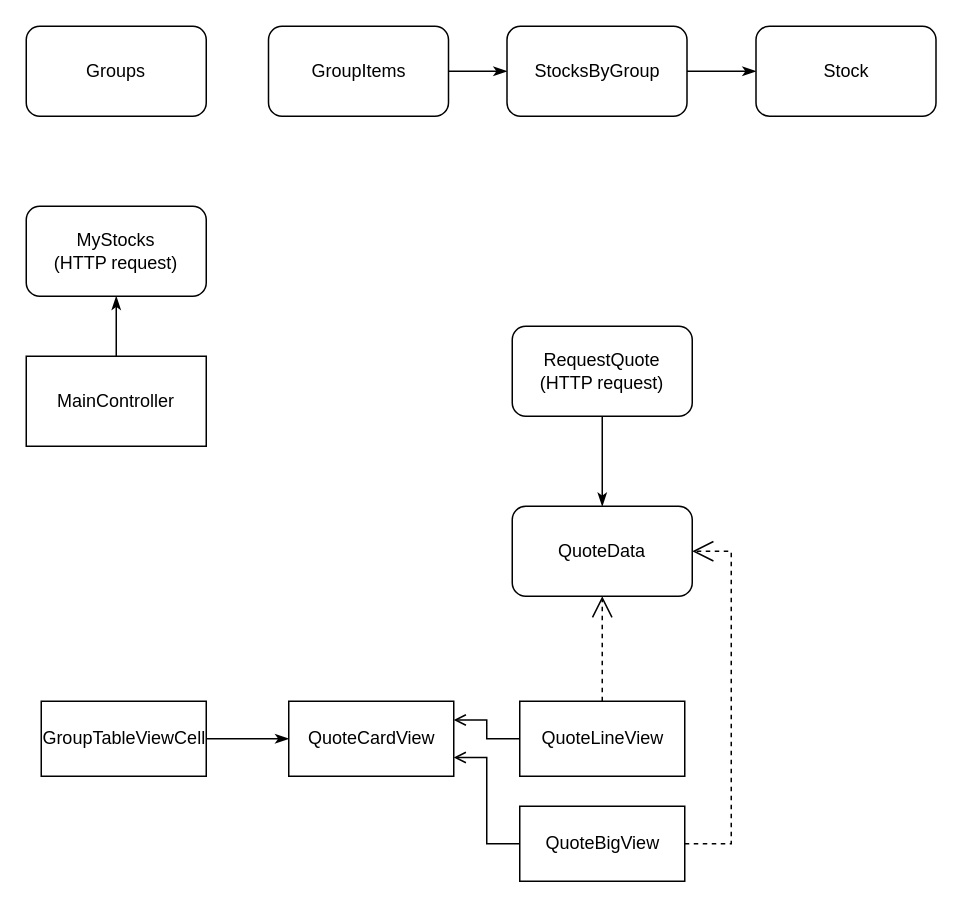
The draw.io diagram ExampleArchitecture.drawio in CapitalMobile/swift_giselle_practice, before the edit. Source tidied: cells renumbered, new cells numbered last; positions are measured from the earlier drawing's top-left corner, leaving out a move shared by most shapes. Both pictures are drawn from the tidied source at 150%, with x=0, y=0 at pixel (26, 26).
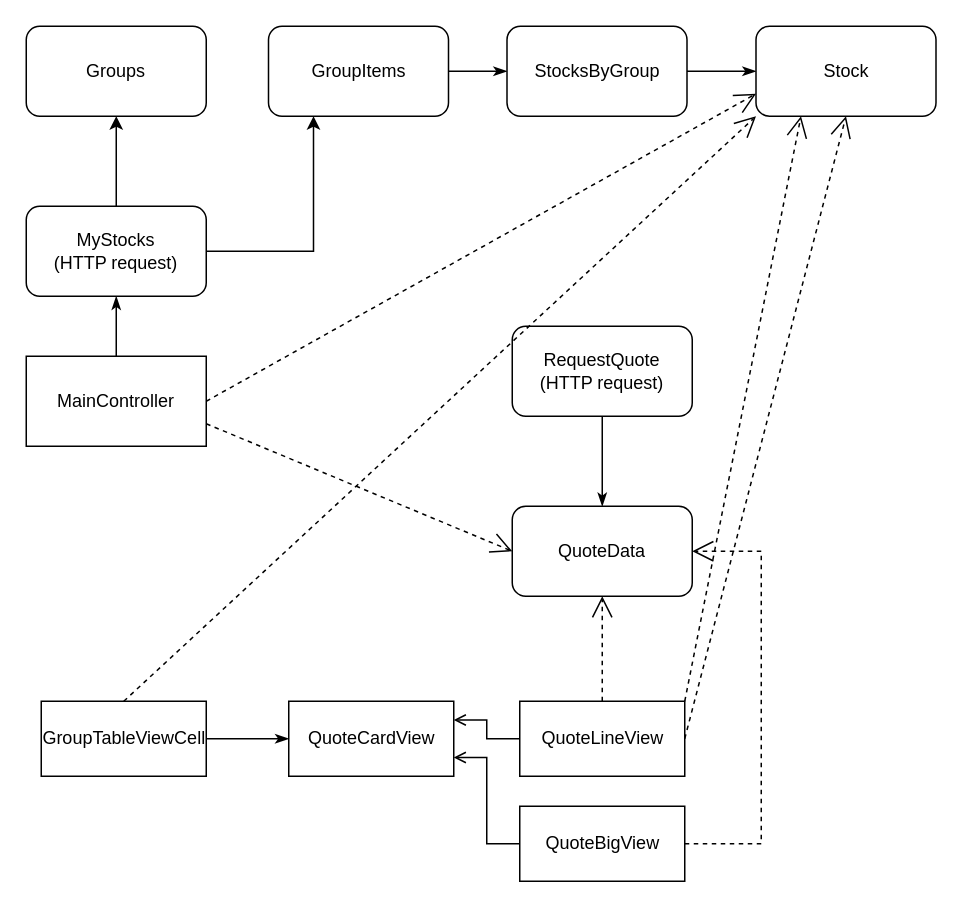
The same diagram, later.

The change refers to these unchanged cells:
```xml
<mxCell id="3" value="MainController" style="rounded=0;whiteSpace=wrap;html=1;" parent="1" vertex="1">
  <mxGeometry y="220" width="120" height="60" as="geometry" />
</mxCell>
<mxCell id="4" value="MyStocks&lt;br&gt;(HTTP request)" style="rounded=1;whiteSpace=wrap;html=1;" parent="1" vertex="1">
  <mxGeometry y="120" width="120" height="60" as="geometry" />
</mxCell>
<mxCell id="5" value="Groups" style="rounded=1;whiteSpace=wrap;html=1;" parent="1" vertex="1">
  <mxGeometry width="120" height="60" as="geometry" />
</mxCell>
<mxCell id="6" value="QuoteData" style="rounded=1;whiteSpace=wrap;html=1;" parent="1" vertex="1">
  <mxGeometry x="324" y="320" width="120" height="60" as="geometry" />
</mxCell>
<mxCell id="9" value="QuoteBigView" style="html=1;" parent="1" vertex="1">
  <mxGeometry x="329" y="520" width="110" height="50" as="geometry" />
</mxCell>
<mxCell id="11" value="QuoteLineView" style="html=1;" parent="1" vertex="1">
  <mxGeometry x="329" y="450" width="110" height="50" as="geometry" />
</mxCell>
<mxCell id="13" value="GroupTableViewCell" style="html=1;" parent="1" vertex="1">
  <mxGeometry x="10" y="450" width="110" height="50" as="geometry" />
</mxCell>
<mxCell id="17" value="GroupItems" style="rounded=1;whiteSpace=wrap;html=1;" parent="1" vertex="1">
  <mxGeometry x="161.5" width="120" height="60" as="geometry" />
</mxCell>
<mxCell id="20" value="Stock" style="rounded=1;whiteSpace=wrap;html=1;" parent="1" vertex="1">
  <mxGeometry x="486.5" width="120" height="60" as="geometry" />
</mxCell>
```

Diff of the diagram source:
```diff
@@
+    <mxCell id="23" style="edgeStyle=orthogonalEdgeStyle;rounded=0;jettySize=auto;html=1;endArrow=classic;endFill=1;" parent="1" edge="1" source="4" target="5">
+      <mxGeometry relative="1" as="geometry" />
+    </mxCell>
+    <mxCell id="24" style="edgeStyle=orthogonalEdgeStyle;rounded=0;jettySize=auto;html=1;endArrow=classic;endFill=1;entryX=0.25;entryY=1;entryDx=0;entryDy=0;" parent="1" edge="1" source="4" target="17">
+      <mxGeometry relative="1" as="geometry" />
+    </mxCell>
@@
     <mxCell id="15" style="endArrow=open;endFill=1;endSize=12;html=1;rounded=0;entryX=1;entryY=0.5;entryDx=0;entryDy=0;exitX=1;exitY=0.5;exitDx=0;exitDy=0;dashed=1;" parent="1" edge="1" source="9" target="6">
       <mxGeometry relative="1" as="geometry">
         <Array as="points">
-          <mxPoint x="470" y="545" />
-          <mxPoint x="470" y="350" />
+          <mxPoint x="490" y="545" />
+          <mxPoint x="490" y="350" />
         </Array>
       </mxGeometry>
     </mxCell>
@@
+    <mxCell id="25" style="endArrow=open;endFill=1;endSize=12;html=1;rounded=0;entryX=0;entryY=1;entryDx=0;entryDy=0;exitX=0.5;exitY=0;exitDx=0;exitDy=0;dashed=1;" parent="1" edge="1" source="13" target="20">
+      <mxGeometry relative="1" as="geometry" />
+    </mxCell>
+    <mxCell id="26" style="endArrow=open;endFill=1;endSize=12;html=1;rounded=0;entryX=0;entryY=0.75;entryDx=0;entryDy=0;exitX=1;exitY=0.5;exitDx=0;exitDy=0;dashed=1;" parent="1" edge="1" source="3" target="20">
+      <mxGeometry relative="1" as="geometry" />
+    </mxCell>
+    <mxCell id="27" style="endArrow=open;endFill=1;endSize=12;html=1;rounded=0;entryX=0;entryY=0.5;entryDx=0;entryDy=0;exitX=1;exitY=0.75;exitDx=0;exitDy=0;dashed=1;" parent="1" edge="1" source="3" target="6">
+      <mxGeometry relative="1" as="geometry" />
+    </mxCell>
+    <mxCell id="28" style="endArrow=open;endFill=1;endSize=12;html=1;rounded=0;entryX=0.25;entryY=1;entryDx=0;entryDy=0;exitX=1;exitY=0;exitDx=0;exitDy=0;dashed=1;" parent="1" edge="1" source="11" target="20">
+      <mxGeometry relative="1" as="geometry" />
+    </mxCell>
+    <mxCell id="29" style="endArrow=open;endFill=1;endSize=12;html=1;rounded=0;entryX=0.5;entryY=1;entryDx=0;entryDy=0;dashed=1;exitX=1;exitY=0.5;exitDx=0;exitDy=0;" parent="1" edge="1" source="11" target="20">
+      <mxGeometry relative="1" as="geometry" />
+    </mxCell>
```
